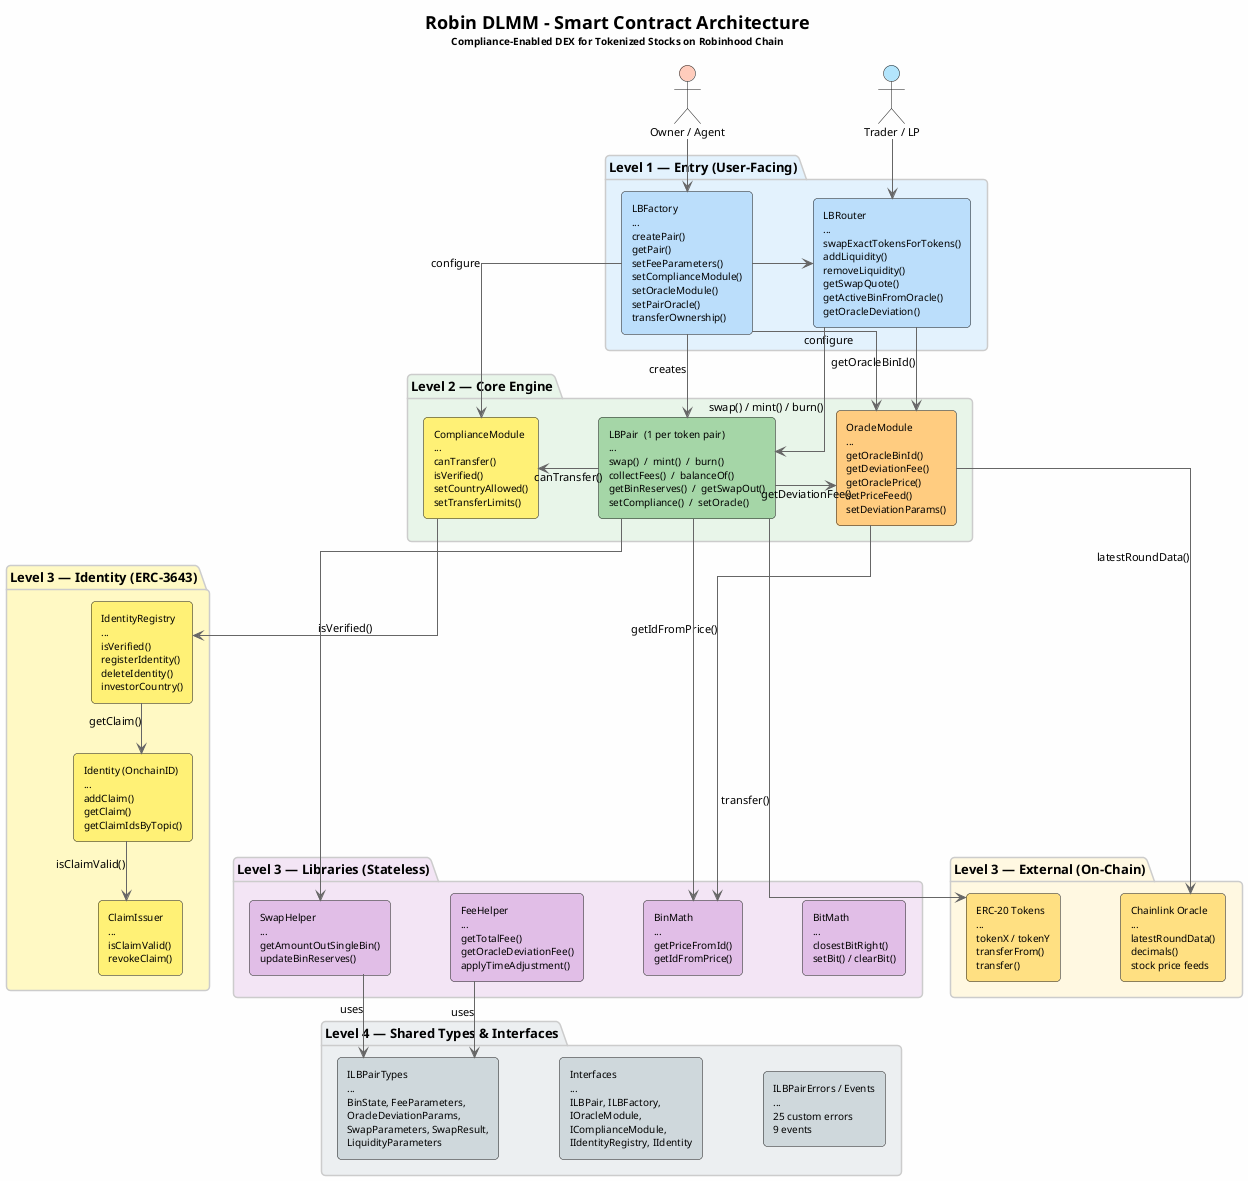
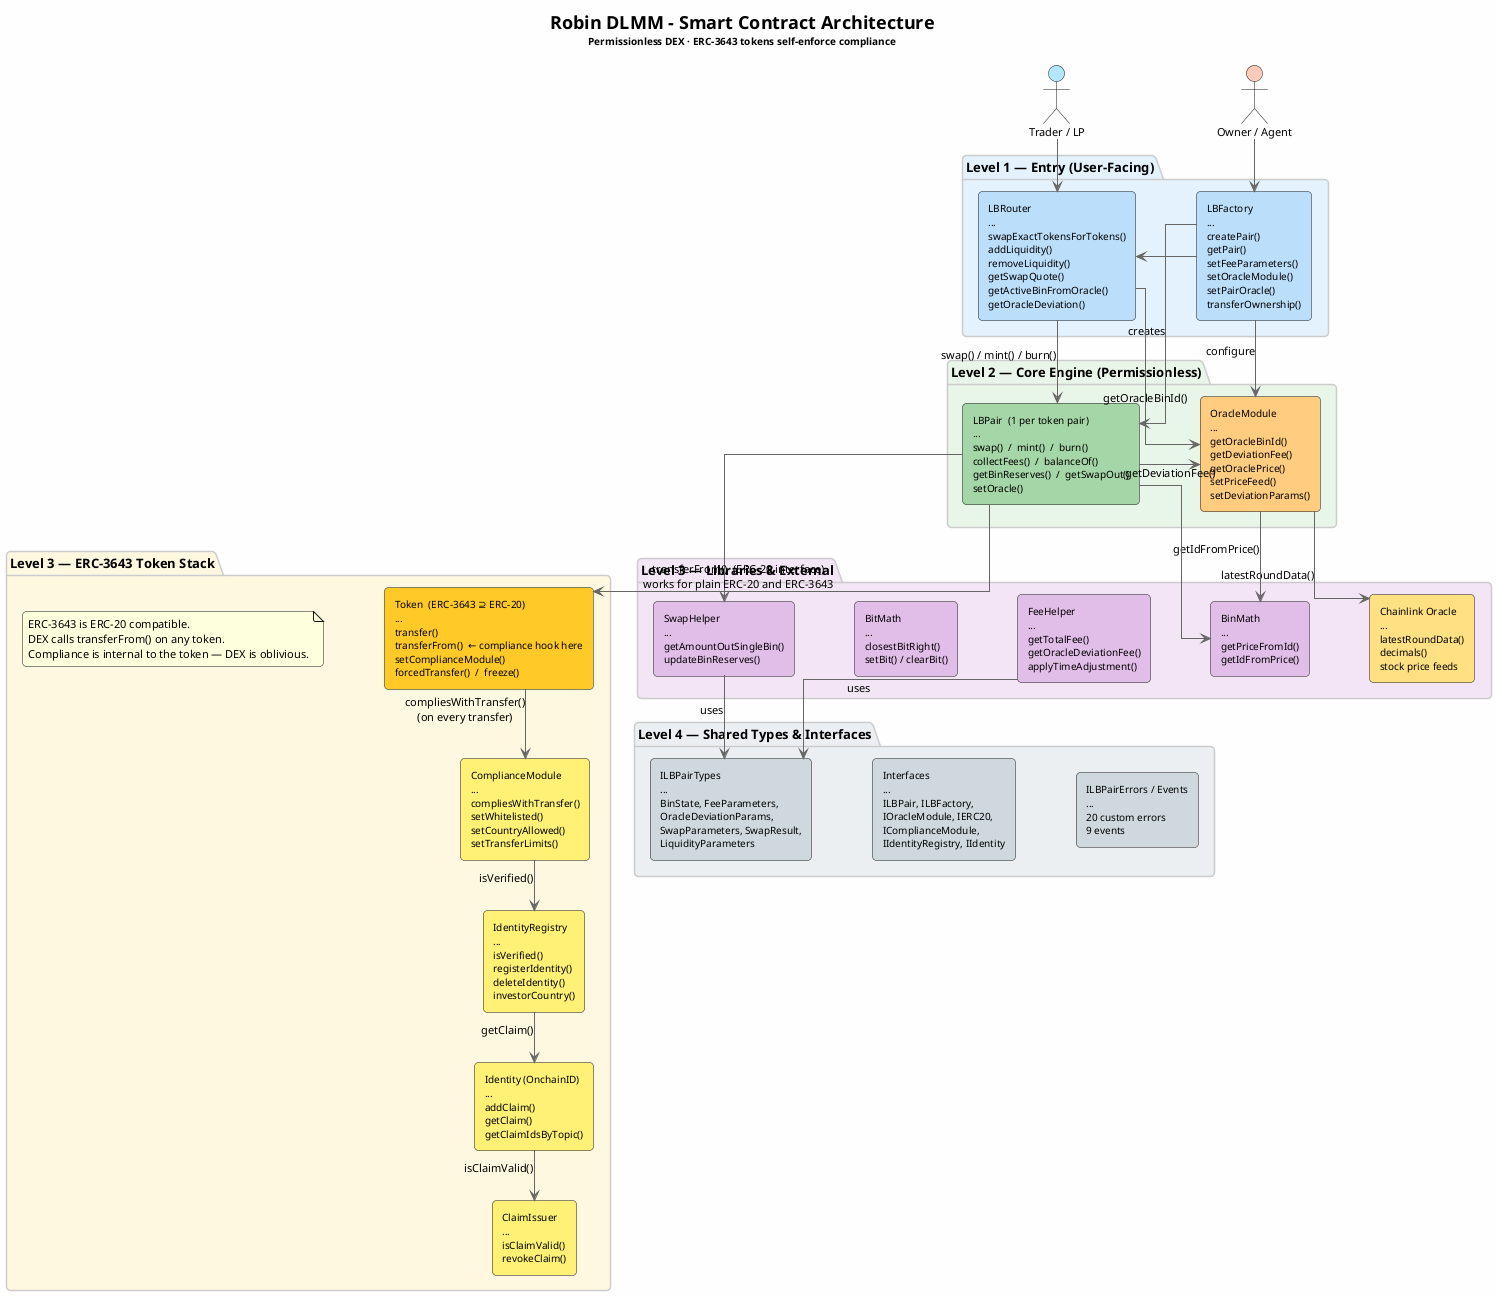
@startuml Robin_DLMM_Smart_Contract_Architecture
'===========================================
' Robin DLMM - Smart Contract Architecture
' On-Chain Contracts Only
'===========================================

skinparam backgroundColor #FEFEFE
skinparam defaultFontSize 11
skinparam defaultFontName Arial
skinparam roundCorner 8
skinparam shadowing false
skinparam nodesep 60
skinparam ranksep 50

skinparam package {
    BackgroundColor #FFFFFF
    BorderColor #CCCCCC
    FontSize 13
    FontStyle bold
}

skinparam rectangle {
    FontSize 10
}

skinparam arrow {
    Color #666666
    Thickness 1
}

skinparam linetype ortho

- title <size:18>Robin DLMM - Smart Contract Architecture</size>\n<size:10>Compliance-Enabled DEX for Tokenized Stocks on Robinhood Chain</size>
+ title <size:18>Robin DLMM - Smart Contract Architecture</size>\n<size:10>Permissionless DEX · ERC-3643 tokens self-enforce compliance</size>

' =============================================================
'  CALLERS
' =============================================================
actor "Trader / LP" as user #B3E5FC
actor "Owner / Agent" as admin #FFCCBC

' =============================================================
'  LEVEL 1 — ENTRY
' =============================================================
package "Level 1 — Entry (User-Facing)" #E3F2FD {
-     rectangle "LBFactory\n...\ncreatePair()\ngetPair()\nsetFeeParameters()\nsetComplianceModule()\nsetOracleModule()\nsetPairOracle()\ntransferOwnership()" as factory #BBDEFB
+     rectangle "LBFactory\n...\ncreatePair()\ngetPair()\nsetFeeParameters()\nsetOracleModule()\nsetPairOracle()\ntransferOwnership()" as factory #BBDEFB

    rectangle "LBRouter\n...\nswapExactTokensForTokens()\naddLiquidity()\nremoveLiquidity()\ngetSwapQuote()\ngetActiveBinFromOracle()\ngetOracleDeviation()" as router #BBDEFB
}

' =============================================================
- '  LEVEL 2 — CORE ENGINE
+ '  LEVEL 2 — CORE ENGINE  (no compliance here — DEX is permissionless)
' =============================================================
- package "Level 2 — Core Engine" #E8F5E9 {
-     rectangle "ComplianceModule\n...\ncanTransfer()\nisVerified()\nsetCountryAllowed()\nsetTransferLimits()" as compliance #FFF176
- 
-     rectangle "LBPair  (1 per token pair)\n...\nswap()  /  mint()  /  burn()\ncollectFees()  /  balanceOf()\ngetBinReserves()  /  getSwapOut()\nsetCompliance()  /  setOracle()" as pair #A5D6A7
+ package "Level 2 — Core Engine (Permissionless)" #E8F5E9 {
+     rectangle "LBPair  (1 per token pair)\n...\nswap()  /  mint()  /  burn()\ncollectFees()  /  balanceOf()\ngetBinReserves()  /  getSwapOut()\nsetOracle()" as pair #A5D6A7

    rectangle "OracleModule\n...\ngetOracleBinId()\ngetDeviationFee()\ngetOraclePrice()\nsetPriceFeed()\nsetDeviationParams()" as oracle #FFCC80
}

' =============================================================
- '  LEVEL 3 — SUPPORT (three columns)
+ '  LEVEL 3 — SUPPORT
' =============================================================
- package "Level 3 — Identity (ERC-3643)" #FFF9C4 {
-     rectangle "IdentityRegistry\n...\nisVerified()\nregisterIdentity()\ndeleteIdentity()\ninvestorCountry()" as registry #FFF176
- 
-     rectangle "Identity (OnchainID)\n...\naddClaim()\ngetClaim()\ngetClaimIdsByTopic()" as identity #FFF176
- 
-     rectangle "ClaimIssuer\n...\nisClaimValid()\nrevokeClaim()" as issuer #FFF176
- }
- 
- package "Level 3 — Libraries (Stateless)" #F3E5F5 {
+ package "Level 3 — Libraries & External" #F3E5F5 {
    rectangle "BinMath\n...\ngetPriceFromId()\ngetIdFromPrice()" as binMath #E1BEE7

    rectangle "SwapHelper\n...\ngetAmountOutSingleBin()\nupdateBinReserves()" as swapHelper #E1BEE7

    rectangle "BitMath\n...\nclosestBitRight()\nsetBit() / clearBit()" as bitMath #E1BEE7

    rectangle "FeeHelper\n...\ngetTotalFee()\ngetOracleDeviationFee()\napplyTimeAdjustment()" as feeHelper #E1BEE7
+ 
+     rectangle "Chainlink Oracle\n...\nlatestRoundData()\ndecimals()\nstock price feeds" as chainlink #FFE082
}

- package "Level 3 — External (On-Chain)" #FFF8E1 {
-     rectangle "ERC-20 Tokens\n...\ntokenX / tokenY\ntransferFrom()\ntransfer()" as tokens #FFE082
+ package "Level 3 — ERC-3643 Token Stack" #FFF8E1 {
+     note as erc3643note
+         ERC-3643 is ERC-20 compatible.
+         DEX calls transferFrom() on any token.
+         Compliance is internal to the token — DEX is oblivious.
+     end note

-     rectangle "Chainlink Oracle\n...\nlatestRoundData()\ndecimals()\nstock price feeds" as chainlink #FFE082
+     rectangle "Token  (ERC-3643 ⊇ ERC-20)\n...\ntransfer()\ntransferFrom()  ← compliance hook here\nsetComplianceModule()\nforcedTransfer()  /  freeze()" as token #FFCA28
+ 
+     rectangle "ComplianceModule\n...\ncompliesWithTransfer()\nsetWhitelisted()\nsetCountryAllowed()\nsetTransferLimits()" as compliance #FFF176
+ 
+     rectangle "IdentityRegistry\n...\nisVerified()\nregisterIdentity()\ndeleteIdentity()\ninvestorCountry()" as registry #FFF176
+ 
+     rectangle "Identity (OnchainID)\n...\naddClaim()\ngetClaim()\ngetClaimIdsByTopic()" as identity #FFF176
+ 
+     rectangle "ClaimIssuer\n...\nisClaimValid()\nrevokeClaim()" as issuer #FFF176
}

' =============================================================
'  LEVEL 4 — FOUNDATION
' =============================================================
package "Level 4 — Shared Types & Interfaces" #ECEFF1 {
    rectangle "ILBPairTypes\n...\nBinState, FeeParameters,\nOracleDeviationParams,\nSwapParameters, SwapResult,\nLiquidityParameters" as types #CFD8DC

-     rectangle "Interfaces\n...\nILBPair, ILBFactory,\nIOracleModule,\nIComplianceModule,\nIIdentityRegistry, IIdentity" as ifaces #CFD8DC
+     rectangle "Interfaces\n...\nILBPair, ILBFactory,\nIOracleModule, IERC20,\nIComplianceModule,\nIIdentityRegistry, IIdentity" as ifaces #CFD8DC

-     rectangle "ILBPairErrors / Events\n...\n25 custom errors\n9 events" as errEvt #CFD8DC
+     rectangle "ILBPairErrors / Events\n...\n20 custom errors\n9 events" as errEvt #CFD8DC
}

' =============================================================
'  CONNECTIONS — Callers
' =============================================================
admin -down-> factory
user -down-> router

' =============================================================
'  CONNECTIONS — Level 1 internal
' =============================================================
factory -right-> router : "  "

' =============================================================
'  CONNECTIONS — Level 1 → Level 2
' =============================================================
- factory -down-> compliance : "configure"
factory -down-> pair : "creates"
factory -down-> oracle : "configure"
router -down-> pair : "swap() / mint() / burn()"
router -down-> oracle : "getOracleBinId()"

' =============================================================
'  CONNECTIONS — Level 2 internal
' =============================================================
- pair -left-> compliance : "canTransfer()"
pair -right-> oracle : "getDeviationFee()"

' =============================================================
'  CONNECTIONS — Level 2 → Level 3
' =============================================================
- compliance -down-> registry : "isVerified()"
oracle -down-> chainlink : "latestRoundData()"
oracle -down-> binMath : "getIdFromPrice()"
pair -down-> binMath
pair -down-> swapHelper
- pair -down-> tokens : "transfer()"
+ pair -down-> token : "transferFrom()  (ERC-20 interface)\nworks for plain ERC-20 and ERC-3643"

' =============================================================
- '  CONNECTIONS — Level 3 internal
+ '  CONNECTIONS — ERC-3643 internal chain (inside the token stack)
' =============================================================
+ token -down-> compliance : "compliesWithTransfer()\n(on every transfer)"
+ compliance -down-> registry : "isVerified()"
registry -down-> identity : "getClaim()"
identity -down-> issuer : "isClaimValid()"

' =============================================================
'  CONNECTIONS — Level 3 → Level 4
' =============================================================
swapHelper -down-> types : "uses"
feeHelper -down-> types : "uses"

' =============================================================
- '  LAYOUT — Force three-column structure at Level 3
+ '  LAYOUT — Two columns at Level 3
+ '  Left: Libraries | Right: ERC-3643 Token Stack
' =============================================================
- registry -[hidden]right- binMath
- identity -[hidden]right- swapHelper
- issuer -[hidden]right- bitMath
- binMath -[hidden]right- bitMath
- swapHelper -[hidden]right- feeHelper
- bitMath -[hidden]right- tokens
- feeHelper -[hidden]right- chainlink
+ binMath   -[hidden]right- token
+ swapHelper -[hidden]right- compliance
+ bitMath   -[hidden]right- registry
+ feeHelper -[hidden]right- identity
+ 
+ ' Level 4 columns
types -[hidden]right- ifaces
ifaces -[hidden]right- errEvt

@enduml
